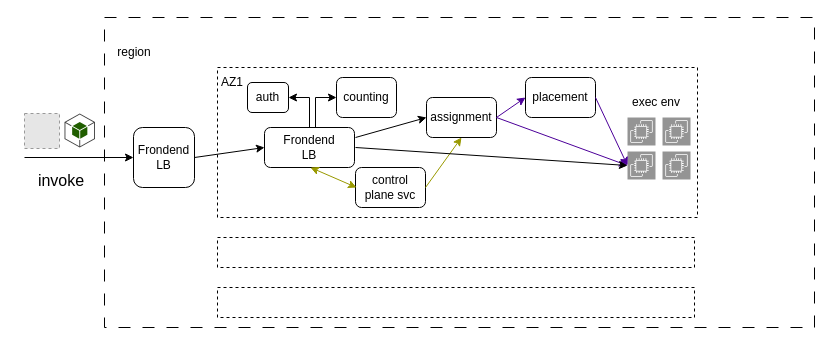
The draw.io diagram lambda.drawio in numenshane/draw.io, before the edit. Source tidied: cells renumbered, new cells numbered last; positions are measured from the earlier drawing's top-left corner, leaving out a move shared by most shapes. Both pictures are drawn from the tidied source at 100%, with x=0, y=0 at pixel (24, 17). Pictures stored in the file or linked from it are replaced by grey dashed boxes.
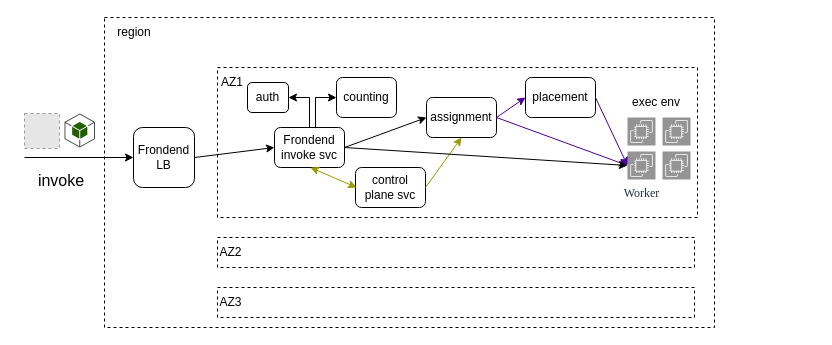
The same page after the edit.

Unchanged cells that the change refers to:
```xml
<mxCell id="13" value="assignment" style="rounded=1;whiteSpace=wrap;html=1;" parent="1" vertex="1">
  <mxGeometry x="402" y="80" width="70" height="40" as="geometry" />
</mxCell>
```

The edit, as a diff of the source:
```diff
@@
-    <mxCell id="2" style="rounded=0;whiteSpace=wrap;html=1;dashed=1;dashPattern=12 12;" parent="1" vertex="1">
-      <mxGeometry x="80" width="710" height="310" as="geometry" />
+    <mxCell id="2" style="rounded=0;whiteSpace=wrap;html=1;dashed=1;" parent="1" vertex="1">
+      <mxGeometry x="80" width="610" height="310" as="geometry" />
     </mxCell>
@@
     <mxCell id="4" value="region" style="text;html=1;strokeColor=none;fillColor=none;align=center;verticalAlign=middle;whiteSpace=wrap;rounded=0;" parent="1" vertex="1">
-      <mxGeometry x="80" y="20" width="60" height="30" as="geometry" />
+      <mxGeometry x="80" width="60" height="30" as="geometry" />
     </mxCell>
@@
-    <mxCell id="10" value="Frondend&lt;br&gt;LB" style="rounded=1;whiteSpace=wrap;html=1;" parent="1" vertex="1">
-      <mxGeometry x="240" y="110" width="90" height="40" as="geometry" />
+    <mxCell id="10" value="Frondend&lt;br&gt;invoke svc" style="rounded=1;whiteSpace=wrap;html=1;" parent="1" vertex="1">
+      <mxGeometry x="250" y="110" width="70" height="40" as="geometry" />
     </mxCell>
@@
-    <mxCell id="14" style="endArrow=classic;html=1;rounded=0;entryX=0;entryY=0.5;entryDx=0;entryDy=0;exitX=1;exitY=0.25;exitDx=0;exitDy=0;" parent="1" edge="1" target="13">
-      <mxGeometry relative="1" as="geometry">
-        <mxPoint x="331" y="120" as="sourcePoint" />
-      </mxGeometry>
+    <mxCell id="14" style="endArrow=classic;html=1;rounded=0;entryX=0;entryY=0.5;entryDx=0;entryDy=0;exitX=1;exitY=0.5;exitDx=0;exitDy=0;" parent="1" edge="1" source="10" target="13">
+      <mxGeometry relative="1" as="geometry" />
     </mxCell>
@@
-    <mxCell id="25" style="sketch=0;points=[[0,0,0],[0.25,0,0],[0.5,0,0],[0.75,0,0],[1,0,0],[0,1,0],[0.25,1,0],[0.5,1,0],[0.75,1,0],[1,1,0],[0,0.25,0],[0,0.5,0],[0,0.75,0],[1,0.25,0],[1,0.5,0],[1,0.75,0]];outlineConnect=0;fontColor=#232F3E;gradientColor=none;gradientDirection=north;fillColor=#949494;strokeColor=#ffffff;dashed=0;verticalLabelPosition=bottom;verticalAlign=top;align=center;html=1;fontSize=12;fontStyle=0;shape=mxgraph.aws4.resourceIcon;resIcon=mxgraph.aws4.ec2;" parent="1" vertex="1">
+    <mxCell id="25" value="&lt;font face=&quot;Times New Roman&quot;&gt;Worker&lt;/font&gt;" style="sketch=0;points=[[0,0,0],[0.25,0,0],[0.5,0,0],[0.75,0,0],[1,0,0],[0,1,0],[0.25,1,0],[0.5,1,0],[0.75,1,0],[1,1,0],[0,0.25,0],[0,0.5,0],[0,0.75,0],[1,0.25,0],[1,0.5,0],[1,0.75,0]];outlineConnect=0;fontColor=#232F3E;gradientColor=none;gradientDirection=north;fillColor=#949494;strokeColor=#ffffff;dashed=0;verticalLabelPosition=bottom;verticalAlign=top;align=center;html=1;fontSize=12;fontStyle=0;shape=mxgraph.aws4.resourceIcon;resIcon=mxgraph.aws4.ec2;" parent="1" vertex="1">
       <mxGeometry x="603" y="134" width="28" height="28" as="geometry" />
     </mxCell>
@@
-    <mxCell id="30" style="endArrow=classic;html=1;rounded=0;strokeColor=#000000;fontSize=16;entryX=0;entryY=0.5;entryDx=0;entryDy=0;entryPerimeter=0;exitX=1;exitY=0.5;exitDx=0;exitDy=0;" parent="1" edge="1" target="25">
-      <mxGeometry relative="1" as="geometry">
-        <mxPoint x="331" y="130" as="sourcePoint" />
-      </mxGeometry>
+    <mxCell id="30" style="endArrow=classic;html=1;rounded=0;strokeColor=#000000;fontSize=16;entryX=0;entryY=0.5;entryDx=0;entryDy=0;entryPerimeter=0;exitX=1;exitY=0.5;exitDx=0;exitDy=0;" parent="1" edge="1" source="10" target="25">
+      <mxGeometry relative="1" as="geometry" />
     </mxCell>
@@
+    <mxCell id="34" value="AZ2" style="text;html=1;strokeColor=none;fillColor=none;align=center;verticalAlign=middle;whiteSpace=wrap;rounded=0;" parent="1" vertex="1">
+      <mxGeometry x="193" y="220" width="27" height="30" as="geometry" />
+    </mxCell>
+    <mxCell id="35" value="AZ3" style="text;html=1;strokeColor=none;fillColor=none;align=center;verticalAlign=middle;whiteSpace=wrap;rounded=0;" parent="1" vertex="1">
+      <mxGeometry x="193" y="270" width="27" height="30" as="geometry" />
+    </mxCell>
```
